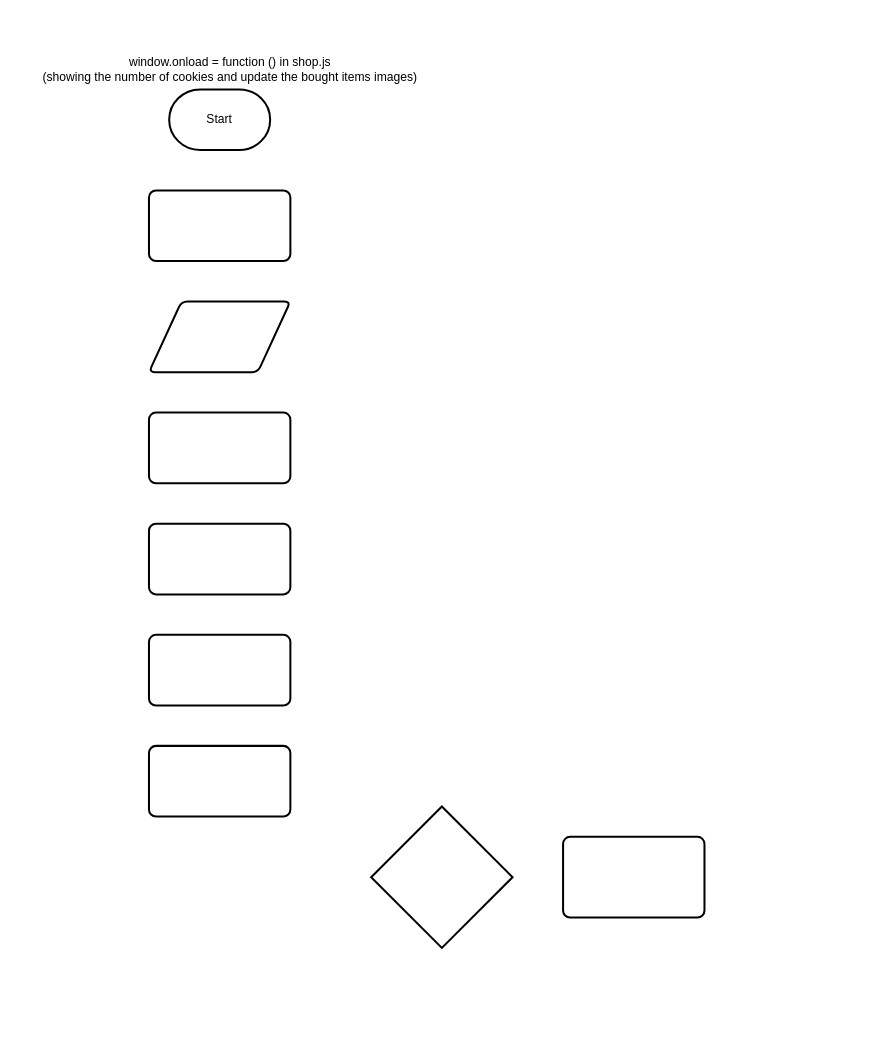
Before: design/flowchart-windowonload-shopJs.drawio in MTHS-ICD2O-1-2024/ICD2O-Final-Project-ain.jeong, a draw.io diagram. Source tidied: cells renumbered, new cells numbered last; positions are measured from the earlier drawing's top-left corner, leaving out a move shared by most shapes. Both pictures are drawn from the tidied source at 101%, with x=0, y=0 at pixel (27, 48).
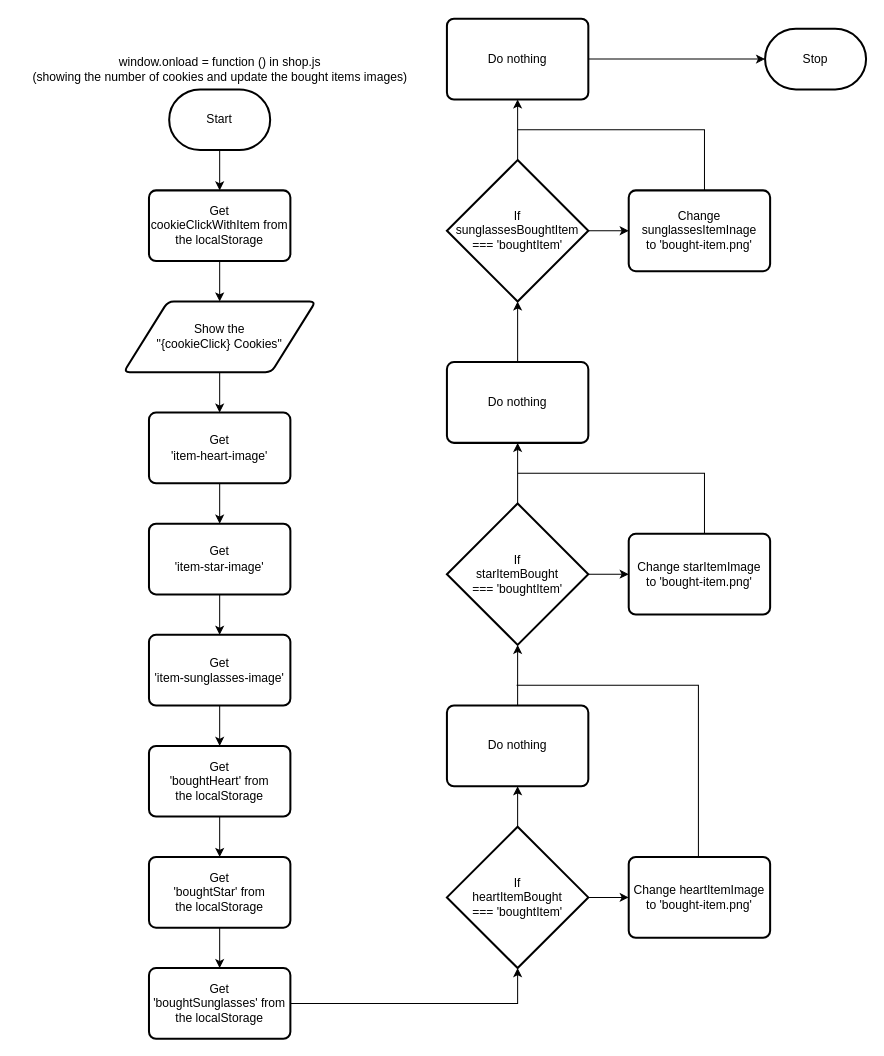
After the change.

Unchanged cells that the change refers to:
```xml
<mxCell id="2" value="Start" style="strokeWidth=2;html=1;shape=mxgraph.flowchart.terminator;whiteSpace=wrap;" parent="1" vertex="1">
  <mxGeometry x="140" y="40" width="100" height="60" as="geometry" />
</mxCell>
```

Diff of the diagram source:
```diff
@@
+    <mxCell id="12" style="edgeStyle=none;html=1;entryX=0.5;entryY=0;entryDx=0;entryDy=0;" parent="1" edge="1" source="2" target="4">
+      <mxGeometry relative="1" as="geometry" />
+    </mxCell>
@@
     <mxCell id="3" value="window.onload = function () in shop.js&lt;div&gt;(showing the number of cookies and update the bought items images)&lt;/div&gt;" style="text;html=1;align=center;verticalAlign=middle;strokeColor=none;fillColor=none;" parent="1" vertex="1">
-      <mxGeometry width="400" height="40" as="geometry" />
+      <mxGeometry x="-10" width="400" height="40" as="geometry" />
     </mxCell>
+    <mxCell id="13" style="edgeStyle=none;html=1;entryX=0.5;entryY=0;entryDx=0;entryDy=0;" parent="1" edge="1" source="4" target="5">
+      <mxGeometry relative="1" as="geometry" />
+    </mxCell>
-    <mxCell id="4" style="rounded=1;whiteSpace=wrap;html=1;absoluteArcSize=1;arcSize=14;strokeWidth=2;" parent="1" vertex="1">
+    <mxCell id="4" value="Get&lt;div&gt;cookieClickWithItem from&lt;/div&gt;&lt;div&gt;the localStorage&lt;/div&gt;" style="rounded=1;whiteSpace=wrap;html=1;absoluteArcSize=1;arcSize=14;strokeWidth=2;" parent="1" vertex="1">
       <mxGeometry x="120" y="140" width="140" height="70" as="geometry" />
     </mxCell>
+    <mxCell id="14" style="edgeStyle=none;html=1;entryX=0.5;entryY=0;entryDx=0;entryDy=0;" parent="1" edge="1" source="5" target="6">
+      <mxGeometry relative="1" as="geometry" />
+    </mxCell>
-    <mxCell id="5" style="shape=parallelogram;html=1;strokeWidth=2;perimeter=parallelogramPerimeter;whiteSpace=wrap;rounded=1;arcSize=12;size=0.23;" parent="1" vertex="1">
-      <mxGeometry x="120" y="250" width="140" height="70" as="geometry" />
+    <mxCell id="5" value="Show the&lt;div&gt;&quot;{cookieClick} Cookies&quot;&lt;/div&gt;" style="shape=parallelogram;html=1;strokeWidth=2;perimeter=parallelogramPerimeter;whiteSpace=wrap;rounded=1;arcSize=12;size=0.23;" parent="1" vertex="1">
+      <mxGeometry x="95" y="250" width="190" height="70" as="geometry" />
     </mxCell>
+    <mxCell id="15" style="edgeStyle=none;html=1;entryX=0.5;entryY=0;entryDx=0;entryDy=0;" parent="1" edge="1" source="6" target="7">
+      <mxGeometry relative="1" as="geometry" />
+    </mxCell>
-    <mxCell id="6" style="rounded=1;whiteSpace=wrap;html=1;absoluteArcSize=1;arcSize=14;strokeWidth=2;" parent="1" vertex="1">
+    <mxCell id="6" value="Get&lt;div&gt;'item-heart-image'&lt;/div&gt;" style="rounded=1;whiteSpace=wrap;html=1;absoluteArcSize=1;arcSize=14;strokeWidth=2;" parent="1" vertex="1">
       <mxGeometry x="120" y="360" width="140" height="70" as="geometry" />
     </mxCell>
+    <mxCell id="16" style="edgeStyle=none;html=1;entryX=0.5;entryY=0;entryDx=0;entryDy=0;" parent="1" edge="1" source="7" target="8">
+      <mxGeometry relative="1" as="geometry" />
+    </mxCell>
-    <mxCell id="7" style="rounded=1;whiteSpace=wrap;html=1;absoluteArcSize=1;arcSize=14;strokeWidth=2;" parent="1" vertex="1">
+    <mxCell id="7" value="Get&lt;div&gt;'item-star-image'&lt;/div&gt;" style="rounded=1;whiteSpace=wrap;html=1;absoluteArcSize=1;arcSize=14;strokeWidth=2;" parent="1" vertex="1">
       <mxGeometry x="120" y="470" width="140" height="70" as="geometry" />
     </mxCell>
+    <mxCell id="17" style="edgeStyle=none;html=1;entryX=0.5;entryY=0;entryDx=0;entryDy=0;" parent="1" edge="1" source="8" target="9">
+      <mxGeometry relative="1" as="geometry" />
+    </mxCell>
-    <mxCell id="8" style="rounded=1;whiteSpace=wrap;html=1;absoluteArcSize=1;arcSize=14;strokeWidth=2;" parent="1" vertex="1">
+    <mxCell id="8" value="Get&lt;div&gt;'item-sunglasses-image'&lt;/div&gt;" style="rounded=1;whiteSpace=wrap;html=1;absoluteArcSize=1;arcSize=14;strokeWidth=2;" parent="1" vertex="1">
       <mxGeometry x="120" y="580" width="140" height="70" as="geometry" />
     </mxCell>
+    <mxCell id="18" style="edgeStyle=none;html=1;entryX=0.5;entryY=0;entryDx=0;entryDy=0;" parent="1" edge="1" source="9" target="22">
+      <mxGeometry relative="1" as="geometry" />
+    </mxCell>
-    <mxCell id="9" style="rounded=1;whiteSpace=wrap;html=1;absoluteArcSize=1;arcSize=14;strokeWidth=2;" parent="1" vertex="1">
+    <mxCell id="9" value="Get&lt;div&gt;'boughtHeart' from&lt;/div&gt;&lt;div&gt;the localStorage&lt;/div&gt;" style="rounded=1;whiteSpace=wrap;html=1;absoluteArcSize=1;arcSize=14;strokeWidth=2;" parent="1" vertex="1">
       <mxGeometry x="120" y="690" width="140" height="70" as="geometry" />
     </mxCell>
+    <mxCell id="19" style="edgeStyle=none;html=1;entryX=0.5;entryY=1;entryDx=0;entryDy=0;" parent="1" edge="1" source="10" target="11">
+      <mxGeometry relative="1" as="geometry" />
+    </mxCell>
+    <mxCell id="20" style="edgeStyle=none;html=1;entryX=0;entryY=0.5;entryDx=0;entryDy=0;" parent="1" edge="1" source="10" target="26">
+      <mxGeometry relative="1" as="geometry" />
+    </mxCell>
-    <mxCell id="10" style="strokeWidth=2;html=1;shape=mxgraph.flowchart.decision;whiteSpace=wrap;" parent="1" vertex="1">
-      <mxGeometry x="340" y="750" width="140" height="140" as="geometry" />
+    <mxCell id="10" value="If&lt;div&gt;heartItemBought&lt;/div&gt;&lt;div&gt;=== 'boughtItem'&lt;/div&gt;" style="strokeWidth=2;html=1;shape=mxgraph.flowchart.decision;whiteSpace=wrap;" parent="1" vertex="1">
+      <mxGeometry x="415" y="770" width="140" height="140" as="geometry" />
     </mxCell>
-    <mxCell id="11" style="rounded=1;whiteSpace=wrap;html=1;absoluteArcSize=1;arcSize=14;strokeWidth=2;" parent="1" vertex="1">
-      <mxGeometry x="530" y="780" width="140" height="80" as="geometry" />
+    <mxCell id="11" value="Do nothing" style="rounded=1;whiteSpace=wrap;html=1;absoluteArcSize=1;arcSize=14;strokeWidth=2;" parent="1" vertex="1">
+      <mxGeometry x="415" y="650" width="140" height="80" as="geometry" />
     </mxCell>
+    <mxCell id="21" style="edgeStyle=none;html=1;entryX=0.5;entryY=0;entryDx=0;entryDy=0;" parent="1" edge="1" source="22" target="23">
+      <mxGeometry relative="1" as="geometry" />
+    </mxCell>
+    <mxCell id="22" value="Get&lt;div&gt;'boughtStar' from&lt;/div&gt;&lt;div&gt;the localStorage&lt;/div&gt;" style="rounded=1;whiteSpace=wrap;html=1;absoluteArcSize=1;arcSize=14;strokeWidth=2;" parent="1" vertex="1">
+      <mxGeometry x="120" y="800" width="140" height="70" as="geometry" />
+    </mxCell>
+    <mxCell id="23" value="Get&lt;div&gt;'boughtSunglasses' from&lt;/div&gt;&lt;div&gt;the localStorage&lt;/div&gt;" style="rounded=1;whiteSpace=wrap;html=1;absoluteArcSize=1;arcSize=14;strokeWidth=2;" parent="1" vertex="1">
+      <mxGeometry x="120" y="910" width="140" height="70" as="geometry" />
+    </mxCell>
+    <mxCell id="24" style="edgeStyle=orthogonalEdgeStyle;html=1;entryX=0.5;entryY=1;entryDx=0;entryDy=0;entryPerimeter=0;rounded=0;curved=0;endArrow=classic;endFill=1;" parent="1" edge="1" source="23" target="10">
+      <mxGeometry relative="1" as="geometry" />
+    </mxCell>
+    <mxCell id="25" style="edgeStyle=orthogonalEdgeStyle;html=1;endArrow=none;endFill=0;rounded=0;curved=0;" parent="1" edge="1">
+      <mxGeometry relative="1" as="geometry">
+        <mxPoint x="664" y="800" as="sourcePoint" />
+        <mxPoint x="484" y="630" as="targetPoint" />
+        <Array as="points">
+          <mxPoint x="664" y="630" />
+          <mxPoint x="554" y="630" />
+        </Array>
+      </mxGeometry>
+    </mxCell>
+    <mxCell id="26" value="Change heartItemImage&lt;div&gt;to 'bought-item.png'&lt;/div&gt;" style="rounded=1;whiteSpace=wrap;html=1;absoluteArcSize=1;arcSize=14;strokeWidth=2;" parent="1" vertex="1">
+      <mxGeometry x="595" y="800" width="140" height="80" as="geometry" />
+    </mxCell>
+    <mxCell id="27" style="edgeStyle=none;html=1;entryX=0.5;entryY=1;entryDx=0;entryDy=0;" parent="1" edge="1" source="29" target="32">
+      <mxGeometry relative="1" as="geometry" />
+    </mxCell>
+    <mxCell id="28" style="edgeStyle=none;html=1;entryX=0;entryY=0.5;entryDx=0;entryDy=0;" parent="1" edge="1" source="29" target="31">
+      <mxGeometry relative="1" as="geometry" />
+    </mxCell>
+    <mxCell id="29" value="If&lt;div&gt;starItemBought&lt;/div&gt;&lt;div&gt;=== 'boughtItem'&lt;/div&gt;" style="strokeWidth=2;html=1;shape=mxgraph.flowchart.decision;whiteSpace=wrap;" parent="1" vertex="1">
+      <mxGeometry x="415" y="450" width="140" height="140" as="geometry" />
+    </mxCell>
+    <mxCell id="30" style="edgeStyle=orthogonalEdgeStyle;html=1;endArrow=none;endFill=0;rounded=0;curved=0;" parent="1" edge="1">
+      <mxGeometry relative="1" as="geometry">
+        <mxPoint x="670" y="480" as="sourcePoint" />
+        <mxPoint x="485" y="420" as="targetPoint" />
+        <Array as="points">
+          <mxPoint x="670" y="420" />
+        </Array>
+      </mxGeometry>
+    </mxCell>
+    <mxCell id="31" value="Change starItemImage&lt;div&gt;to 'bought-item.png'&lt;/div&gt;" style="rounded=1;whiteSpace=wrap;html=1;absoluteArcSize=1;arcSize=14;strokeWidth=2;" parent="1" vertex="1">
+      <mxGeometry x="595" y="480" width="140" height="80" as="geometry" />
+    </mxCell>
+    <mxCell id="32" value="Do nothing" style="rounded=1;whiteSpace=wrap;html=1;absoluteArcSize=1;arcSize=14;strokeWidth=2;" parent="1" vertex="1">
+      <mxGeometry x="415" y="310" width="140" height="80" as="geometry" />
+    </mxCell>
+    <mxCell id="33" style="edgeStyle=none;html=1;entryX=0;entryY=0.5;entryDx=0;entryDy=0;" parent="1" edge="1" source="35" target="37">
+      <mxGeometry relative="1" as="geometry" />
+    </mxCell>
+    <mxCell id="34" style="edgeStyle=none;html=1;entryX=0.5;entryY=1;entryDx=0;entryDy=0;" parent="1" edge="1" source="35" target="38">
+      <mxGeometry relative="1" as="geometry" />
+    </mxCell>
+    <mxCell id="35" value="If&lt;div&gt;sunglassesBoughtItem&lt;/div&gt;&lt;div&gt;=== 'boughtItem'&lt;/div&gt;" style="strokeWidth=2;html=1;shape=mxgraph.flowchart.decision;whiteSpace=wrap;" parent="1" vertex="1">
+      <mxGeometry x="415" y="110" width="140" height="140" as="geometry" />
+    </mxCell>
+    <mxCell id="36" style="edgeStyle=orthogonalEdgeStyle;html=1;rounded=0;curved=0;endArrow=none;endFill=0;" parent="1" edge="1">
+      <mxGeometry relative="1" as="geometry">
+        <mxPoint x="670" y="140" as="sourcePoint" />
+        <mxPoint x="485" y="80" as="targetPoint" />
+        <Array as="points">
+          <mxPoint x="670" y="80" />
+        </Array>
+      </mxGeometry>
+    </mxCell>
+    <mxCell id="37" value="Change sunglassesItemInage&lt;div&gt;to 'bought-item.png'&lt;/div&gt;" style="rounded=1;whiteSpace=wrap;html=1;absoluteArcSize=1;arcSize=14;strokeWidth=2;" parent="1" vertex="1">
+      <mxGeometry x="595" y="140" width="140" height="80" as="geometry" />
+    </mxCell>
+    <mxCell id="38" value="Do nothing" style="rounded=1;whiteSpace=wrap;html=1;absoluteArcSize=1;arcSize=14;strokeWidth=2;" parent="1" vertex="1">
+      <mxGeometry x="415" y="-30" width="140" height="80" as="geometry" />
+    </mxCell>
+    <mxCell id="39" style="edgeStyle=none;html=1;entryX=0.5;entryY=1;entryDx=0;entryDy=0;entryPerimeter=0;" parent="1" edge="1" source="11" target="29">
+      <mxGeometry relative="1" as="geometry" />
+    </mxCell>
+    <mxCell id="40" style="edgeStyle=none;html=1;entryX=0.5;entryY=1;entryDx=0;entryDy=0;entryPerimeter=0;" parent="1" edge="1" source="32" target="35">
+      <mxGeometry relative="1" as="geometry" />
+    </mxCell>
+    <mxCell id="41" value="Stop" style="strokeWidth=2;html=1;shape=mxgraph.flowchart.terminator;whiteSpace=wrap;" parent="1" vertex="1">
+      <mxGeometry x="730" y="-20" width="100" height="60" as="geometry" />
+    </mxCell>
+    <mxCell id="42" style="edgeStyle=none;html=1;entryX=0;entryY=0.5;entryDx=0;entryDy=0;entryPerimeter=0;" parent="1" edge="1" source="38" target="41">
+      <mxGeometry relative="1" as="geometry" />
+    </mxCell>
```
